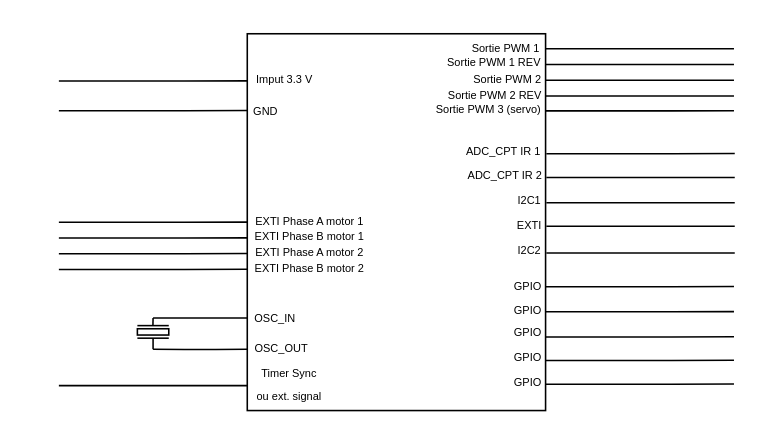
Artpel1805/Beerator keeps this draw.io diagram as page "Control" (5 of 5) of Diagramme/Diagramme sans nom.drawio. Above is the earlier version. Source tidied: cells renumbered, new cells numbered last; positions are measured from the earlier drawing's top-left corner, leaving out a move shared by most shapes. Both pictures are drawn from the tidied source at 157%, with x=0, y=0 at pixel (58, 27).
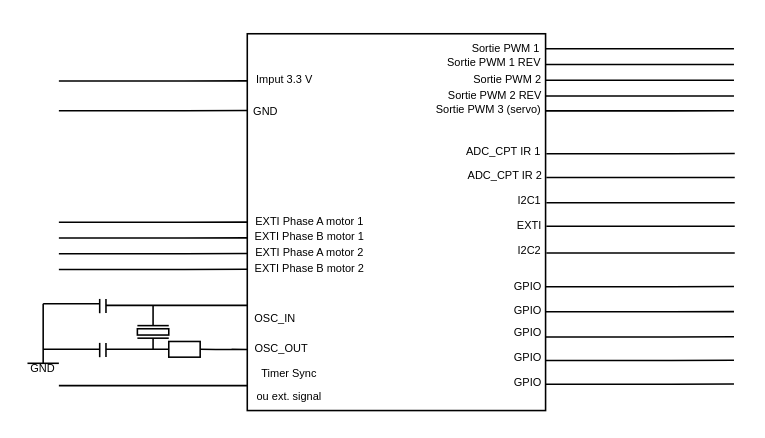
After the change.

The edit, as a diff of the source:
```diff
@@
-    <mxCell id="47" style="endArrow=none;html=1;rounded=0;" parent="1" edge="1">
-      <mxGeometry relative="1" as="geometry">
-        <mxPoint x="60" y="185" as="sourcePoint" />
-        <mxPoint x="120" y="185" as="targetPoint" />
-        <Array as="points">
-          <mxPoint x="80" y="185.1" />
-          <mxPoint x="100" y="185.1" />
-        </Array>
-      </mxGeometry>
-    </mxCell>
-    <mxCell id="48" style="endArrow=none;html=1;rounded=0;" parent="1" edge="1">
-      <mxGeometry relative="1" as="geometry">
-        <mxPoint x="60" y="205" as="sourcePoint" />
-        <mxPoint x="120" y="205" as="targetPoint" />
-        <Array as="points">
-          <mxPoint x="80" y="205.1" />
-          <mxPoint x="100" y="205.1" />
-        </Array>
-      </mxGeometry>
-    </mxCell>
@@
     <mxCell id="52" style="endArrow=none;html=1;rounded=0;fontSize=7;" parent="1" edge="1">
       <mxGeometry relative="1" as="geometry">
-        <mxPoint x="59.9" y="190" as="sourcePoint" />
-        <mxPoint x="60" y="185" as="targetPoint" />
+        <mxPoint x="60" y="190" as="sourcePoint" />
+        <mxPoint x="60" y="177" as="targetPoint" />
       </mxGeometry>
     </mxCell>
@@
+    <mxCell id="56" style="endArrow=none;html=1;rounded=0;fontSize=7;" parent="1" edge="1">
+      <mxGeometry relative="1" as="geometry">
+        <mxPoint x="26" y="182" as="sourcePoint" />
+        <mxPoint x="26" y="172.9" as="targetPoint" />
+      </mxGeometry>
+    </mxCell>
+    <mxCell id="57" style="endArrow=none;html=1;rounded=0;fontSize=7;" parent="1" edge="1">
+      <mxGeometry relative="1" as="geometry">
+        <mxPoint x="30" y="181.9" as="sourcePoint" />
+        <mxPoint x="30" y="172.9" as="targetPoint" />
+      </mxGeometry>
+    </mxCell>
+    <mxCell id="58" style="endArrow=none;html=1;rounded=0;fontSize=7;" parent="1" edge="1">
+      <mxGeometry relative="1" as="geometry">
+        <mxPoint x="26" y="210" as="sourcePoint" />
+        <mxPoint x="26" y="200.9" as="targetPoint" />
+      </mxGeometry>
+    </mxCell>
+    <mxCell id="59" style="endArrow=none;html=1;rounded=0;fontSize=7;" parent="1" edge="1">
+      <mxGeometry relative="1" as="geometry">
+        <mxPoint x="30" y="209.9" as="sourcePoint" />
+        <mxPoint x="30" y="200.9" as="targetPoint" />
+      </mxGeometry>
+    </mxCell>
+    <mxCell id="60" style="rounded=0;whiteSpace=wrap;html=1;fontSize=7;" parent="1" vertex="1">
+      <mxGeometry x="70" y="200" width="20" height="10" as="geometry" />
+    </mxCell>
+    <mxCell id="61" style="endArrow=none;html=1;rounded=0;" parent="1" edge="1">
+      <mxGeometry relative="1" as="geometry">
+        <mxPoint x="90" y="205" as="sourcePoint" />
+        <mxPoint x="110" y="205" as="targetPoint" />
+        <Array as="points">
+          <mxPoint x="100" y="205.1" />
+          <mxPoint x="120" y="205.1" />
+        </Array>
+      </mxGeometry>
+    </mxCell>
+    <mxCell id="62" style="endArrow=none;html=1;rounded=0;fontSize=7;" parent="1" edge="1">
+      <mxGeometry relative="1" as="geometry">
+        <mxPoint x="30" y="205" as="sourcePoint" />
+        <mxPoint x="70" y="205" as="targetPoint" />
+      </mxGeometry>
+    </mxCell>
+    <mxCell id="63" style="endArrow=none;html=1;rounded=0;fontSize=7;" parent="1" edge="1">
+      <mxGeometry relative="1" as="geometry">
+        <mxPoint x="30" y="177" as="sourcePoint" />
+        <mxPoint x="120" y="177" as="targetPoint" />
+      </mxGeometry>
+    </mxCell>
+    <mxCell id="64" style="endArrow=none;html=1;rounded=0;fontSize=7;" parent="1" edge="1">
+      <mxGeometry relative="1" as="geometry">
+        <mxPoint x="-10" y="176" as="sourcePoint" />
+        <mxPoint x="26" y="176" as="targetPoint" />
+      </mxGeometry>
+    </mxCell>
+    <mxCell id="65" style="endArrow=none;html=1;rounded=0;fontSize=7;" parent="1" edge="1">
+      <mxGeometry relative="1" as="geometry">
+        <mxPoint x="-10" y="176" as="sourcePoint" />
+        <mxPoint x="-10" y="214" as="targetPoint" />
+      </mxGeometry>
+    </mxCell>
+    <mxCell id="66" style="endArrow=none;html=1;rounded=0;fontSize=7;" parent="1" edge="1">
+      <mxGeometry relative="1" as="geometry">
+        <mxPoint x="-10" y="205" as="sourcePoint" />
+        <mxPoint x="26" y="205" as="targetPoint" />
+      </mxGeometry>
+    </mxCell>
+    <mxCell id="67" style="endArrow=none;html=1;rounded=0;fontSize=7;" parent="1" edge="1">
+      <mxGeometry relative="1" as="geometry">
+        <mxPoint x="-20" y="213.9" as="sourcePoint" />
+        <mxPoint y="213.9" as="targetPoint" />
+      </mxGeometry>
+    </mxCell>
+    <mxCell id="68" value="GND" style="text;html=1;strokeColor=none;fillColor=none;align=center;verticalAlign=middle;whiteSpace=wrap;rounded=0;fontSize=7;" parent="1" vertex="1">
+      <mxGeometry x="-20" y="213" width="20" height="10" as="geometry" />
+    </mxCell>
```
